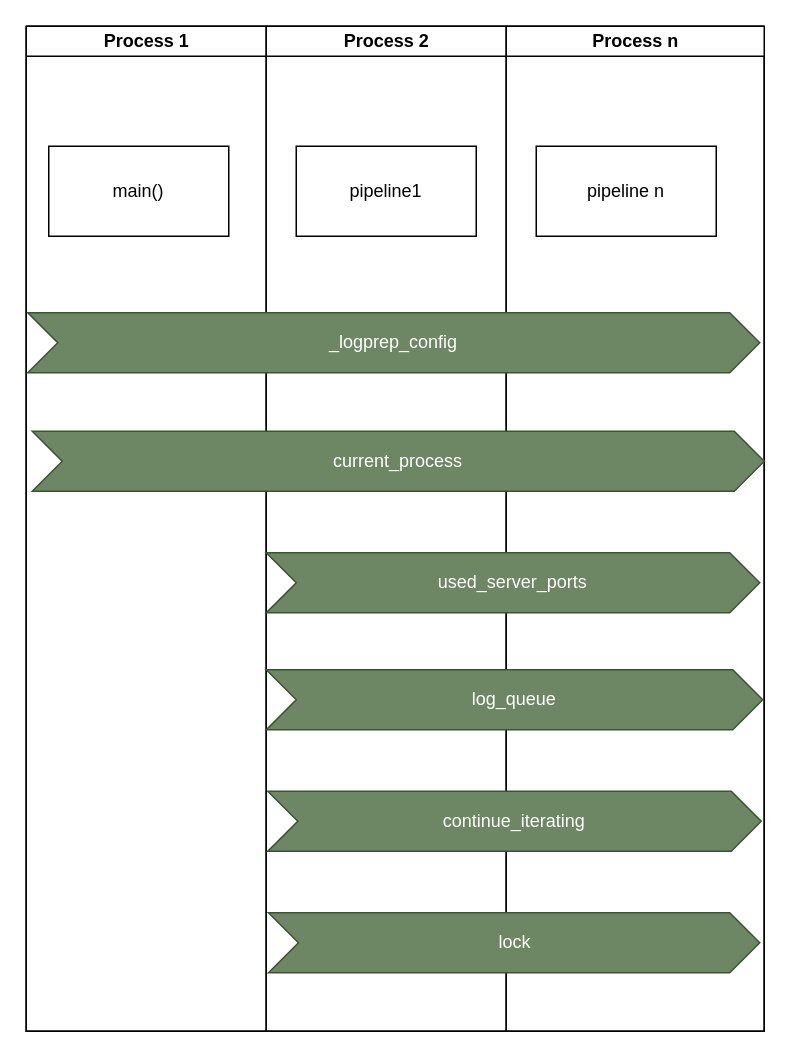
Earlier version of the draw.io diagram doc/source/development/architecture/diagramms/multiprocessing.drawio (fkie-cad/Logprep). Source tidied: cells renumbered, new cells numbered last; positions are measured from the earlier drawing's top-left corner, leaving out a move shared by most shapes. Both pictures are drawn from the tidied source at 150%, with x=0, y=0 at pixel (26, 26).
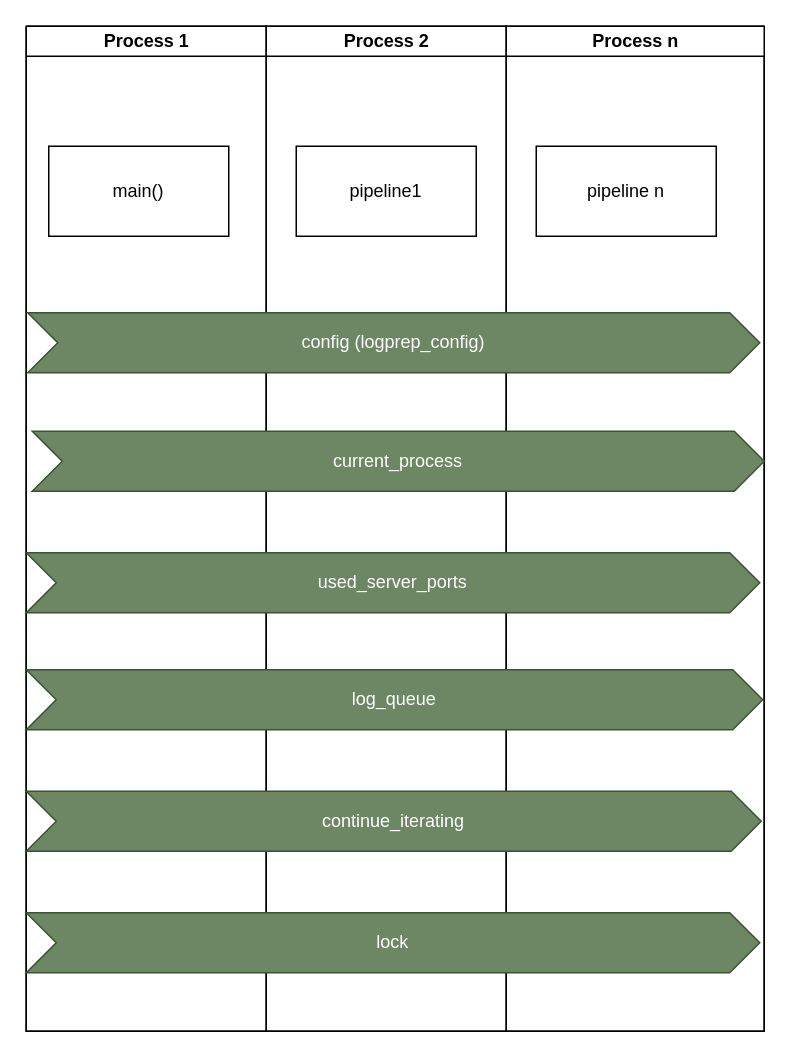
The same diagram, later.

Diff of the diagram source:
```diff
@@
 <mxGraphModel>
   <root>
     <mxCell id="0" />
     <mxCell id="1" parent="0" />
     <mxCell id="2" style="swimlane;startSize=0;html=1;" parent="1" vertex="1">
       <mxGeometry width="492" height="670" as="geometry" />
     </mxCell>
     <mxCell id="3" value="Process 1" style="swimlane;startSize=20;html=1;" parent="2" vertex="1">
       <mxGeometry width="160" height="670" as="geometry" />
     </mxCell>
     <mxCell id="4" value="main()" style="rounded=0;whiteSpace=wrap;html=1;" parent="3" vertex="1">
       <mxGeometry x="15" y="80" width="120" height="60" as="geometry" />
     </mxCell>
     <mxCell id="5" value="Process 2" style="swimlane;startSize=20;html=1;" parent="2" vertex="1">
       <mxGeometry x="160" width="160" height="670" as="geometry" />
     </mxCell>
     <mxCell id="6" value="pipeline1" style="rounded=0;whiteSpace=wrap;html=1;" parent="5" vertex="1">
       <mxGeometry x="20" y="80" width="120" height="60" as="geometry" />
     </mxCell>
     <mxCell id="7" value="Process n" style="swimlane;startSize=20;html=1;" parent="2" vertex="1">
       <mxGeometry x="320" width="172" height="670" as="geometry" />
     </mxCell>
     <mxCell id="8" value="pipeline n" style="rounded=0;whiteSpace=wrap;html=1;" parent="7" vertex="1">
       <mxGeometry x="20" y="80" width="120" height="60" as="geometry" />
     </mxCell>
     <mxCell id="9" value="used_server_ports" style="shape=step;perimeter=stepPerimeter;whiteSpace=wrap;html=1;fixedSize=1;fillColor=#6d8764;fontColor=#ffffff;strokeColor=#3A5431;" parent="7" vertex="1">
-      <mxGeometry x="-160" y="351" width="329" height="40" as="geometry" />
+      <mxGeometry x="-320" y="351" width="489" height="40" as="geometry" />
     </mxCell>
     <mxCell id="10" value="lock" style="shape=step;perimeter=stepPerimeter;whiteSpace=wrap;html=1;fixedSize=1;fillColor=#6d8764;fontColor=#ffffff;strokeColor=#3A5431;" parent="7" vertex="1">
-      <mxGeometry x="-158.5" y="591" width="327.5" height="40" as="geometry" />
+      <mxGeometry x="-320" y="591" width="489" height="40" as="geometry" />
     </mxCell>
     <mxCell id="11" value="log_queue" style="shape=step;perimeter=stepPerimeter;whiteSpace=wrap;html=1;fixedSize=1;fillColor=#6d8764;fontColor=#ffffff;strokeColor=#3A5431;" parent="7" vertex="1">
-      <mxGeometry x="-160" y="429" width="331" height="40" as="geometry" />
+      <mxGeometry x="-320" y="429" width="491" height="40" as="geometry" />
     </mxCell>
     <mxCell id="12" value="continue_iterating" style="shape=step;perimeter=stepPerimeter;whiteSpace=wrap;html=1;fixedSize=1;fillColor=#6d8764;fontColor=#ffffff;strokeColor=#3A5431;" parent="7" vertex="1">
-      <mxGeometry x="-159" y="510" width="329" height="40" as="geometry" />
+      <mxGeometry x="-320" y="510" width="490" height="40" as="geometry" />
     </mxCell>
     <mxCell id="13" value="current_process" style="shape=step;perimeter=stepPerimeter;whiteSpace=wrap;html=1;fixedSize=1;fillColor=#6d8764;fontColor=#ffffff;strokeColor=#3A5431;" parent="7" vertex="1">
       <mxGeometry x="-316" y="270" width="488" height="40" as="geometry" />
     </mxCell>
-    <mxCell id="14" value="_logprep_config" style="shape=step;perimeter=stepPerimeter;whiteSpace=wrap;html=1;fixedSize=1;fillColor=#6d8764;fontColor=#ffffff;strokeColor=#3A5431;" parent="7" vertex="1">
+    <mxCell id="14" value="config (logprep_config)" style="shape=step;perimeter=stepPerimeter;whiteSpace=wrap;html=1;fixedSize=1;fillColor=#6d8764;fontColor=#ffffff;strokeColor=#3A5431;" parent="7" vertex="1">
       <mxGeometry x="-319" y="191" width="488" height="40" as="geometry" />
     </mxCell>
   </root>
 </mxGraphModel>
```
